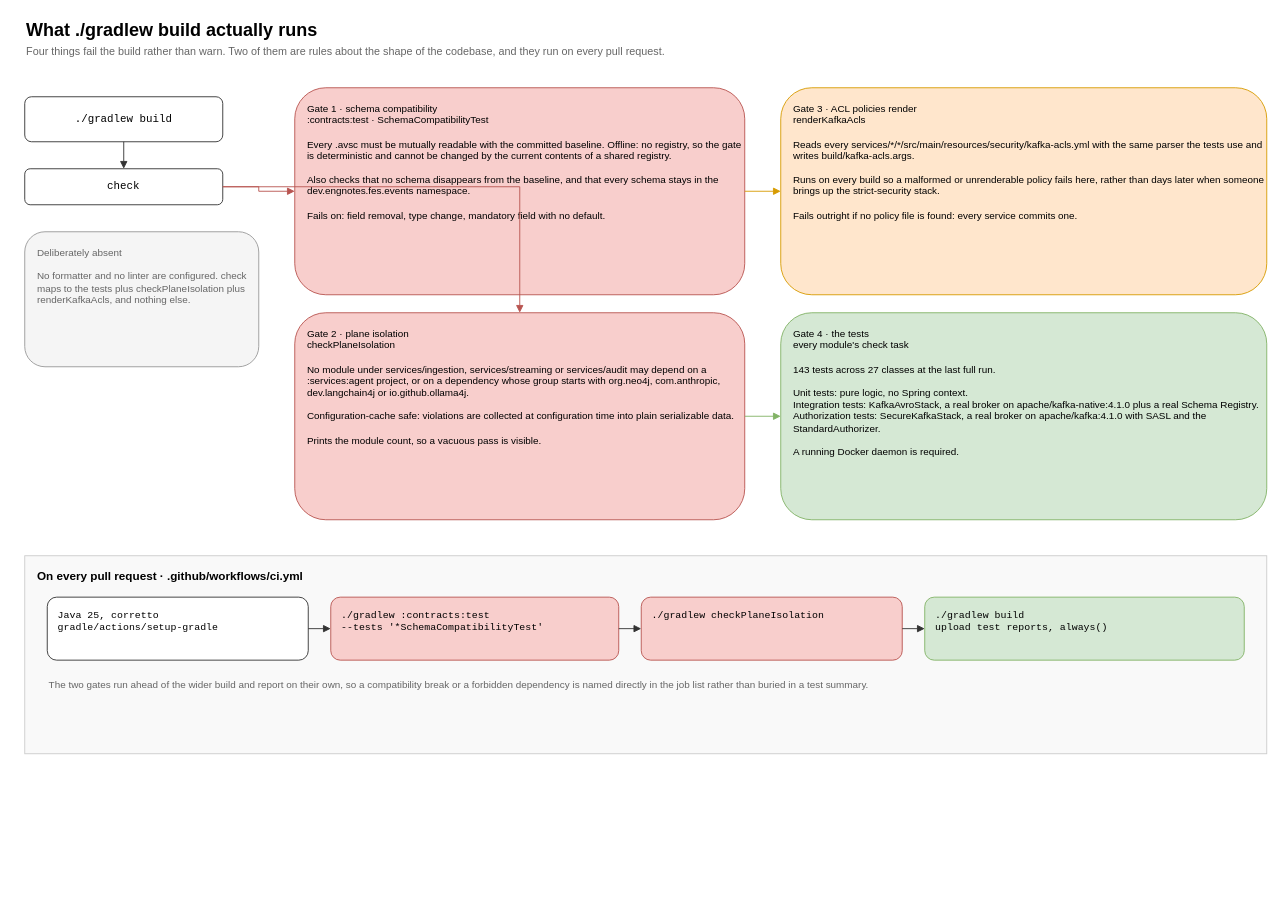
salgotraja/financial-event-streaming-platform keeps this draw.io diagram as guide/docs/diagrams/build-gates.drawio. Above is the earlier version. Source tidied: cells renumbered, new cells numbered last; positions are measured from the earlier drawing's top-left corner, leaving out a move shared by most shapes. Both pictures are drawn from the tidied source at 90%, with x=0, y=0 at pixel (24, 15).
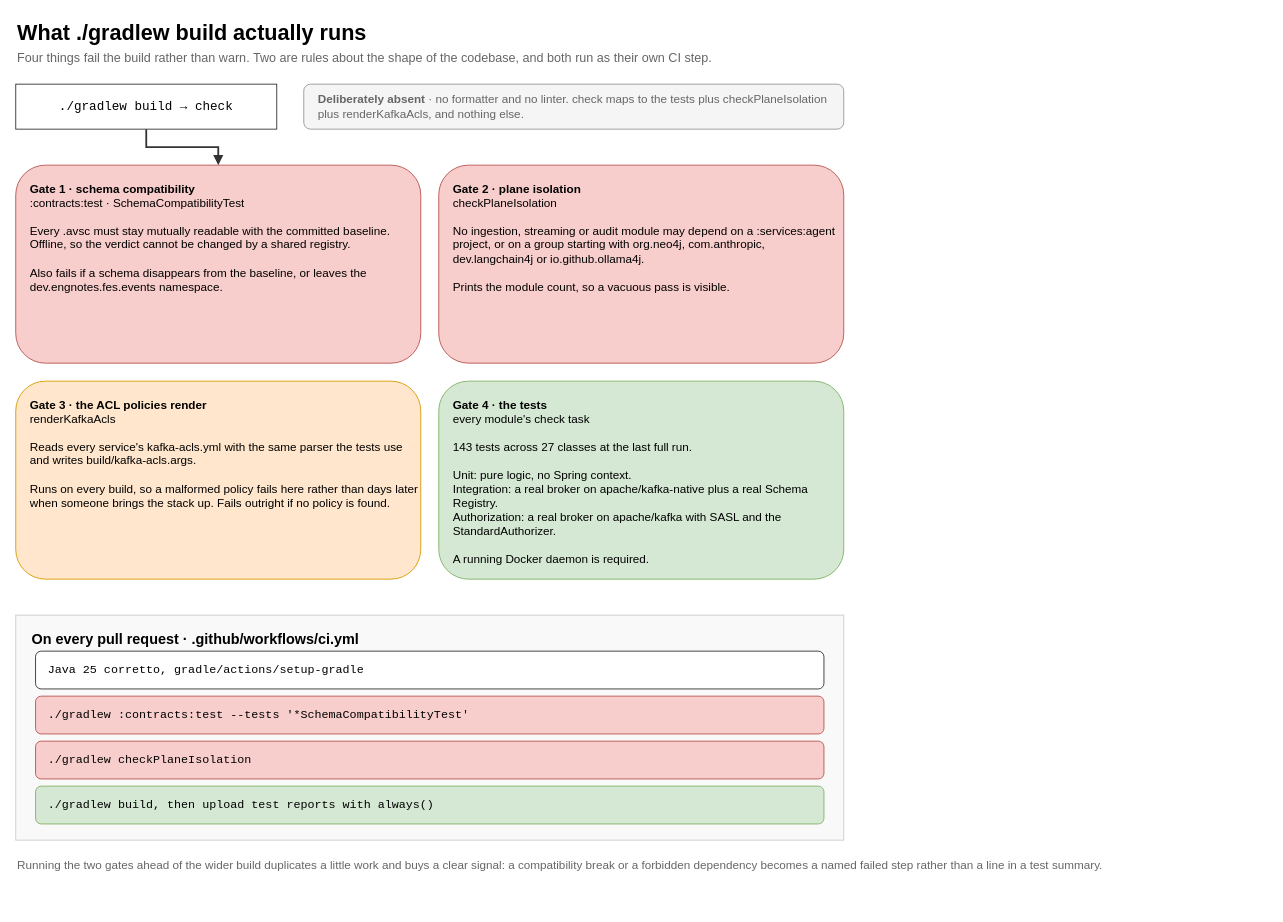
After the change.

Diff of the diagram source:
```diff
@@
-    <mxCell id="2" value="What ./gradlew build actually runs" style="text;html=1;strokeColor=none;fillColor=none;align=left;verticalAlign=middle;fontSize=20;fontStyle=1;" parent="1" vertex="1">
-      <mxGeometry width="900" height="30" as="geometry" />
+    <mxCell id="2" value="What ./gradlew build actually runs" style="text;html=1;strokeColor=none;fillColor=none;align=left;verticalAlign=middle;fontSize=24;fontStyle=1;" parent="1" vertex="1">
+      <mxGeometry x="-10" y="2" width="920" height="34" as="geometry" />
     </mxCell>
-    <mxCell id="3" value="Four things fail the build rather than warn. Two of them are rules about the shape of the codebase, and they run on every pull request." style="text;html=1;strokeColor=none;fillColor=none;align=left;verticalAlign=middle;fontSize=12;fontColor=#666666;" parent="1" vertex="1">
-      <mxGeometry y="30" width="1300" height="20" as="geometry" />
+    <mxCell id="3" value="Four things fail the build rather than warn. Two are rules about the shape of the codebase, and both run as their own CI step." style="text;html=1;strokeColor=none;fillColor=none;align=left;verticalAlign=middle;fontSize=14;fontColor=#666666;" parent="1" vertex="1">
+      <mxGeometry x="-10" y="36" width="920" height="22" as="geometry" />
     </mxCell>
-    <mxCell id="4" value="./gradlew build" style="rounded=1;whiteSpace=wrap;html=1;fillColor=#ffffff;strokeColor=#333333;fontSize=12;fontFamily=Courier New;" parent="1" vertex="1">
-      <mxGeometry y="90" width="220" height="50" as="geometry" />
-    </mxCell>
-    <mxCell id="5" value="check" style="rounded=1;whiteSpace=wrap;html=1;fillColor=#ffffff;strokeColor=#333333;fontSize=12;fontFamily=Courier New;" parent="1" vertex="1">
-      <mxGeometry y="170" width="220" height="40" as="geometry" />
-    </mxCell>
-    <mxCell id="6" style="edgeStyle=orthogonalEdgeStyle;rounded=0;html=1;strokeColor=#333333;endArrow=block;" parent="1" edge="1" source="4" target="5">
-      <mxGeometry relative="1" as="geometry" />
-    </mxCell>
+    <mxCell id="25" value="./gradlew build → check" style="rounded=0;whiteSpace=wrap;html=1;fillColor=#ffffff;strokeColor=#333333;fontSize=14;fontFamily=Courier New;verticalAlign=middle;" parent="1" vertex="1">
+      <mxGeometry x="-10" y="76" width="290" height="50" as="geometry" />
+    </mxCell>
+    <mxCell id="24" value="&lt;b&gt;Deliberately absent&lt;/b&gt; · no formatter and no linter. check maps to the tests plus checkPlaneIsolation plus renderKafkaAcls, and nothing else." style="rounded=1;whiteSpace=wrap;html=1;fillColor=#f5f5f5;strokeColor=#999999;fontColor=#666666;fontSize=13;align=left;spacingLeft=14;verticalAlign=middle;" parent="1" vertex="1">
+      <mxGeometry x="310" y="76" width="600" height="50" as="geometry" />
+    </mxCell>
-    <mxCell id="7" value="Gate 1 · schema compatibility&#10;:contracts:test · SchemaCompatibilityTest&#10;&#10;Every .avsc must be mutually readable with the committed baseline. Offline: no registry, so the gate is deterministic and cannot be changed by the current contents of a shared registry.&#10;&#10;Also checks that no schema disappears from the baseline, and that every schema stays in the dev.engnotes.fes.events namespace.&#10;&#10;Fails on: field removal, type change, mandatory field with no default." style="rounded=1;whiteSpace=wrap;html=1;fillColor=#f8cecc;strokeColor=#b85450;fontSize=11;align=left;spacingLeft=12;verticalAlign=top;spacingTop=10;" parent="1" vertex="1">
-      <mxGeometry x="300" y="80" width="500" height="230" as="geometry" />
+    <mxCell id="7" value="&lt;b&gt;Gate 1 · schema compatibility&lt;/b&gt;&lt;br&gt;:contracts:test · SchemaCompatibilityTest&lt;br&gt;&lt;br&gt;Every .avsc must stay mutually readable with the committed baseline. Offline, so the verdict cannot be changed by a shared registry.&lt;br&gt;&lt;br&gt;Also fails if a schema disappears from the baseline, or leaves the dev.engnotes.fes.events namespace." style="rounded=1;whiteSpace=wrap;html=1;fillColor=#f8cecc;strokeColor=#b85450;fontSize=13;align=left;spacingLeft=14;verticalAlign=top;spacingTop=12;" parent="1" vertex="1">
+      <mxGeometry x="-10" y="166" width="450" height="220" as="geometry" />
     </mxCell>
-    <mxCell id="8" value="Gate 2 · plane isolation&#10;checkPlaneIsolation&#10;&#10;No module under services/ingestion, services/streaming or services/audit may depend on a :services:agent project, or on a dependency whose group starts with org.neo4j, com.anthropic, dev.langchain4j or io.github.ollama4j.&#10;&#10;Configuration-cache safe: violations are collected at configuration time into plain serializable data.&#10;&#10;Prints the module count, so a vacuous pass is visible." style="rounded=1;whiteSpace=wrap;html=1;fillColor=#f8cecc;strokeColor=#b85450;fontSize=11;align=left;spacingLeft=12;verticalAlign=top;spacingTop=10;" parent="1" vertex="1">
-      <mxGeometry x="300" y="330" width="500" height="230" as="geometry" />
+    <mxCell id="8" value="&lt;b&gt;Gate 2 · plane isolation&lt;/b&gt;&lt;br&gt;checkPlaneIsolation&lt;br&gt;&lt;br&gt;No ingestion, streaming or audit module may depend on a :services:agent project, or on a group starting with org.neo4j, com.anthropic, dev.langchain4j or io.github.ollama4j.&lt;br&gt;&lt;br&gt;Prints the module count, so a vacuous pass is visible." style="rounded=1;whiteSpace=wrap;html=1;fillColor=#f8cecc;strokeColor=#b85450;fontSize=13;align=left;spacingLeft=14;verticalAlign=top;spacingTop=12;" parent="1" vertex="1">
+      <mxGeometry x="460" y="166" width="450" height="220" as="geometry" />
     </mxCell>
-    <mxCell id="9" value="Gate 3 · ACL policies render&#10;renderKafkaAcls&#10;&#10;Reads every services/*/*/src/main/resources/security/kafka-acls.yml with the same parser the tests use and writes build/kafka-acls.args.&#10;&#10;Runs on every build so a malformed or unrenderable policy fails here, rather than days later when someone brings up the strict-security stack.&#10;&#10;Fails outright if no policy file is found: every service commits one." style="rounded=1;whiteSpace=wrap;html=1;fillColor=#ffe6cc;strokeColor=#d79b00;fontSize=11;align=left;spacingLeft=12;verticalAlign=top;spacingTop=10;" parent="1" vertex="1">
-      <mxGeometry x="840" y="80" width="540" height="230" as="geometry" />
+    <mxCell id="9" value="&lt;b&gt;Gate 3 · the ACL policies render&lt;/b&gt;&lt;br&gt;renderKafkaAcls&lt;br&gt;&lt;br&gt;Reads every service's kafka-acls.yml with the same parser the tests use and writes build/kafka-acls.args.&lt;br&gt;&lt;br&gt;Runs on every build, so a malformed policy fails here rather than days later when someone brings the stack up. Fails outright if no policy is found." style="rounded=1;whiteSpace=wrap;html=1;fillColor=#ffe6cc;strokeColor=#d79b00;fontSize=13;align=left;spacingLeft=14;verticalAlign=top;spacingTop=12;" parent="1" vertex="1">
+      <mxGeometry x="-10" y="406" width="450" height="220" as="geometry" />
     </mxCell>
-    <mxCell id="10" value="Gate 4 · the tests&#10;every module's check task&#10;&#10;143 tests across 27 classes at the last full run.&#10;&#10;Unit tests: pure logic, no Spring context.&#10;Integration tests: KafkaAvroStack, a real broker on apache/kafka-native:4.1.0 plus a real Schema Registry.&#10;Authorization tests: SecureKafkaStack, a real broker on apache/kafka:4.1.0 with SASL and the StandardAuthorizer.&#10;&#10;A running Docker daemon is required." style="rounded=1;whiteSpace=wrap;html=1;fillColor=#d5e8d4;strokeColor=#82b366;fontSize=11;align=left;spacingLeft=12;verticalAlign=top;spacingTop=10;" parent="1" vertex="1">
-      <mxGeometry x="840" y="330" width="540" height="230" as="geometry" />
+    <mxCell id="10" value="&lt;b&gt;Gate 4 · the tests&lt;/b&gt;&lt;br&gt;every module's check task&lt;br&gt;&lt;br&gt;143 tests across 27 classes at the last full run.&lt;br&gt;&lt;br&gt;Unit: pure logic, no Spring context.&lt;br&gt;Integration: a real broker on apache/kafka-native plus a real Schema Registry.&lt;br&gt;Authorization: a real broker on apache/kafka with SASL and the StandardAuthorizer.&lt;br&gt;&lt;br&gt;A running Docker daemon is required." style="rounded=1;whiteSpace=wrap;html=1;fillColor=#d5e8d4;strokeColor=#82b366;fontSize=13;align=left;spacingLeft=14;verticalAlign=top;spacingTop=12;" parent="1" vertex="1">
+      <mxGeometry x="460" y="406" width="450" height="220" as="geometry" />
     </mxCell>
-    <mxCell id="11" style="edgeStyle=orthogonalEdgeStyle;rounded=0;html=1;strokeColor=#b85450;endArrow=block;" parent="1" edge="1" source="5" target="7">
-      <mxGeometry relative="1" as="geometry" />
-    </mxCell>
-    <mxCell id="12" style="edgeStyle=orthogonalEdgeStyle;rounded=0;html=1;strokeColor=#b85450;endArrow=block;" parent="1" edge="1" source="5" target="8">
-      <mxGeometry relative="1" as="geometry" />
-    </mxCell>
-    <mxCell id="13" style="edgeStyle=orthogonalEdgeStyle;rounded=0;html=1;strokeColor=#d79b00;endArrow=block;" parent="1" edge="1" source="7" target="9">
-      <mxGeometry relative="1" as="geometry" />
-    </mxCell>
-    <mxCell id="14" style="edgeStyle=orthogonalEdgeStyle;rounded=0;html=1;strokeColor=#82b366;endArrow=block;" parent="1" edge="1" source="8" target="10">
-      <mxGeometry relative="1" as="geometry" />
-    </mxCell>
+    <mxCell id="26" style="edgeStyle=orthogonalEdgeStyle;rounded=0;html=1;strokeColor=#333333;endArrow=block;strokeWidth=2;" parent="1" edge="1" source="25" target="7">
+      <mxGeometry relative="1" as="geometry" />
+    </mxCell>
-    <mxCell id="15" value="On every pull request · .github/workflows/ci.yml" style="rounded=0;whiteSpace=wrap;html=1;fillColor=#f9f9f9;strokeColor=#cccccc;verticalAlign=top;align=left;spacingLeft=12;spacingTop=8;fontSize=13;fontStyle=1;" parent="1" vertex="1">
-      <mxGeometry y="600" width="1380" height="220" as="geometry" />
+    <mxCell id="15" value="On every pull request · .github/workflows/ci.yml" style="rounded=0;whiteSpace=wrap;html=1;fillColor=#f9f9f9;strokeColor=#cccccc;verticalAlign=top;align=left;spacingLeft=16;spacingTop=10;fontSize=16;fontStyle=1;" parent="1" vertex="1">
+      <mxGeometry x="-10" y="666" width="920" height="250" as="geometry" />
     </mxCell>
-    <mxCell id="16" value="Java 25, corretto&#10;gradle/actions/setup-gradle" style="rounded=1;whiteSpace=wrap;html=1;fillColor=#ffffff;strokeColor=#333333;fontSize=11;align=left;spacingLeft=10;verticalAlign=top;spacingTop=8;fontFamily=Courier New;" parent="1" vertex="1">
-      <mxGeometry x="25" y="646" width="290" height="70" as="geometry" />
+    <mxCell id="16" value="Java 25 corretto, gradle/actions/setup-gradle" style="rounded=1;whiteSpace=wrap;html=1;fillColor=#ffffff;strokeColor=#333333;fontSize=13;fontFamily=Courier New;align=left;spacingLeft=12;verticalAlign=middle;" parent="1" vertex="1">
+      <mxGeometry x="12" y="706" width="876" height="42" as="geometry" />
     </mxCell>
-    <mxCell id="17" value="./gradlew :contracts:test&#10;  --tests '*SchemaCompatibilityTest'" style="rounded=1;whiteSpace=wrap;html=1;fillColor=#f8cecc;strokeColor=#b85450;fontSize=11;align=left;spacingLeft=10;verticalAlign=top;spacingTop=8;fontFamily=Courier New;" parent="1" vertex="1">
-      <mxGeometry x="340" y="646" width="320" height="70" as="geometry" />
+    <mxCell id="17" value="./gradlew :contracts:test --tests '*SchemaCompatibilityTest'" style="rounded=1;whiteSpace=wrap;html=1;fillColor=#f8cecc;strokeColor=#b85450;fontSize=13;fontFamily=Courier New;align=left;spacingLeft=12;verticalAlign=middle;" parent="1" vertex="1">
+      <mxGeometry x="12" y="756" width="876" height="42" as="geometry" />
     </mxCell>
-    <mxCell id="18" value="./gradlew checkPlaneIsolation" style="rounded=1;whiteSpace=wrap;html=1;fillColor=#f8cecc;strokeColor=#b85450;fontSize=11;align=left;spacingLeft=10;verticalAlign=top;spacingTop=8;fontFamily=Courier New;" parent="1" vertex="1">
-      <mxGeometry x="685" y="646" width="290" height="70" as="geometry" />
+    <mxCell id="18" value="./gradlew checkPlaneIsolation" style="rounded=1;whiteSpace=wrap;html=1;fillColor=#f8cecc;strokeColor=#b85450;fontSize=13;fontFamily=Courier New;align=left;spacingLeft=12;verticalAlign=middle;" parent="1" vertex="1">
+      <mxGeometry x="12" y="806" width="876" height="42" as="geometry" />
     </mxCell>
-    <mxCell id="19" value="./gradlew build&#10;upload test reports, always()" style="rounded=1;whiteSpace=wrap;html=1;fillColor=#d5e8d4;strokeColor=#82b366;fontSize=11;align=left;spacingLeft=10;verticalAlign=top;spacingTop=8;fontFamily=Courier New;" parent="1" vertex="1">
-      <mxGeometry x="1000" y="646" width="355" height="70" as="geometry" />
+    <mxCell id="19" value="./gradlew build, then upload test reports with always()" style="rounded=1;whiteSpace=wrap;html=1;fillColor=#d5e8d4;strokeColor=#82b366;fontSize=13;fontFamily=Courier New;align=left;spacingLeft=12;verticalAlign=middle;" parent="1" vertex="1">
+      <mxGeometry x="12" y="856" width="876" height="42" as="geometry" />
     </mxCell>
-    <mxCell id="20" value="The two gates run ahead of the wider build and report on their own, so a compatibility break or a forbidden dependency is named directly in the job list rather than buried in a test summary." style="text;html=1;strokeColor=none;fillColor=none;align=left;verticalAlign=top;fontSize=11;fontColor=#666666;" parent="1" vertex="1">
-      <mxGeometry x="25" y="730" width="1330" height="40" as="geometry" />
+    <mxCell id="20" value="Running the two gates ahead of the wider build duplicates a little work and buys a clear signal: a compatibility break or a forbidden dependency becomes a named failed step rather than a line in a test summary." style="text;html=1;strokeColor=none;fillColor=none;align=left;verticalAlign=top;fontSize=13;fontColor=#666666;" parent="1" vertex="1">
+      <mxGeometry x="-10" y="930" width="920" height="60" as="geometry" />
     </mxCell>
-    <mxCell id="21" style="edgeStyle=orthogonalEdgeStyle;rounded=0;html=1;strokeColor=#333333;endArrow=block;" parent="1" edge="1" source="16" target="17">
-      <mxGeometry relative="1" as="geometry" />
-    </mxCell>
-    <mxCell id="22" style="edgeStyle=orthogonalEdgeStyle;rounded=0;html=1;strokeColor=#333333;endArrow=block;" parent="1" edge="1" source="17" target="18">
-      <mxGeometry relative="1" as="geometry" />
-    </mxCell>
-    <mxCell id="23" style="edgeStyle=orthogonalEdgeStyle;rounded=0;html=1;strokeColor=#333333;endArrow=block;" parent="1" edge="1" source="18" target="19">
-      <mxGeometry relative="1" as="geometry" />
-    </mxCell>
-    <mxCell id="24" value="Deliberately absent&#10;&#10;No formatter and no linter are configured. check maps to the tests plus checkPlaneIsolation plus renderKafkaAcls, and nothing else." style="rounded=1;whiteSpace=wrap;html=1;fillColor=#f5f5f5;strokeColor=#999999;fontColor=#666666;fontSize=11;align=left;spacingLeft=12;verticalAlign=top;spacingTop=10;" parent="1" vertex="1">
-      <mxGeometry y="240" width="260" height="150" as="geometry" />
-    </mxCell>
```
